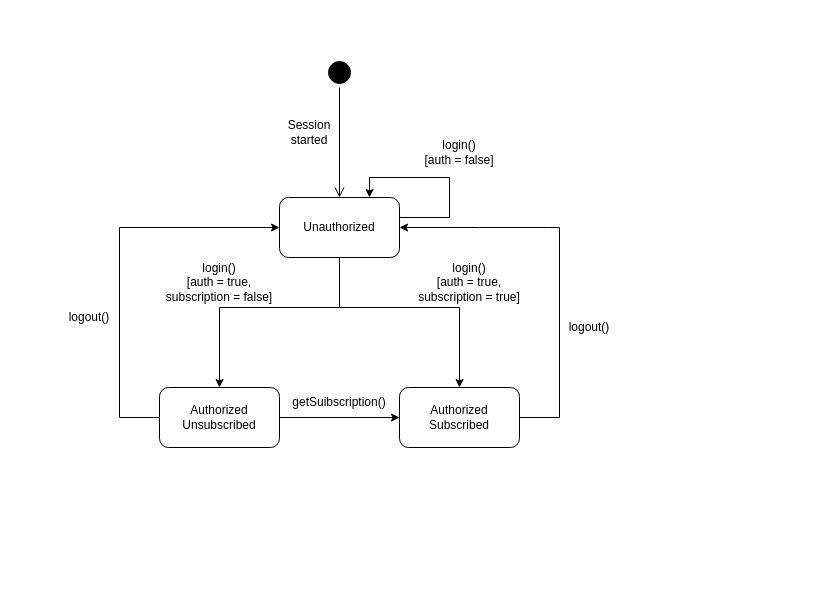
This is page "login and signup" (1 of 7) of fianl_state.drawio from MdHuzzatunAli/ISD, a draw.io file, before an edit. Source tidied: cells renumbered, new cells numbered last; positions are measured from the earlier drawing's top-left corner, leaving out a move shared by most shapes. Both pictures are drawn from the tidied source at 100%, with x=0, y=0 at pixel (59, 57).
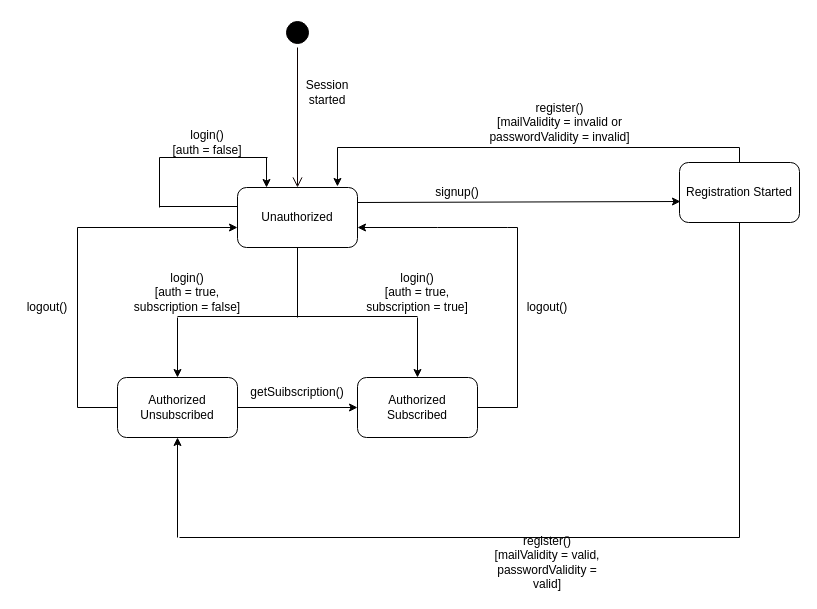
The same page after the edit.

The edit, as a diff of the source:
```diff
@@
     <mxCell id="2" style="ellipse;html=1;shape=startState;fillColor=#000000;strokeColor=#030000;shadow=0;" parent="1" vertex="1">
-      <mxGeometry x="265" width="30" height="30" as="geometry" />
+      <mxGeometry x="223" y="-40" width="30" height="30" as="geometry" />
     </mxCell>
@@
     <mxCell id="4" value="Session started" style="text;strokeColor=none;align=center;fillColor=none;html=1;verticalAlign=middle;whiteSpace=wrap;rounded=0;" parent="1" vertex="1">
-      <mxGeometry x="220" y="60" width="60" height="30" as="geometry" />
+      <mxGeometry x="238" y="20" width="60" height="30" as="geometry" />
     </mxCell>
     <mxCell id="5" value="Unauthorized" style="rounded=1;whiteSpace=wrap;html=1;" parent="1" vertex="1">
-      <mxGeometry x="220" y="140" width="120" height="60" as="geometry" />
+      <mxGeometry x="178" y="130" width="120" height="60" as="geometry" />
     </mxCell>
     <mxCell id="6" value="Authorized&lt;br&gt;Unsubscribed" style="rounded=1;whiteSpace=wrap;html=1;" parent="1" vertex="1">
-      <mxGeometry x="100" y="330" width="120" height="60" as="geometry" />
+      <mxGeometry x="58" y="320" width="120" height="60" as="geometry" />
     </mxCell>
     <mxCell id="7" value="Authorized&lt;br&gt;Subscribed" style="rounded=1;whiteSpace=wrap;html=1;" parent="1" vertex="1">
-      <mxGeometry x="340" y="330" width="120" height="60" as="geometry" />
+      <mxGeometry x="298" y="320" width="120" height="60" as="geometry" />
     </mxCell>
     <mxCell id="8" style="endArrow=none;html=1;rounded=0;exitX=0.5;exitY=1;exitDx=0;exitDy=0;" parent="1" edge="1" source="5">
       <mxGeometry relative="1" as="geometry">
-        <mxPoint x="280" y="250" as="targetPoint" />
+        <mxPoint x="238" y="260" as="targetPoint" />
       </mxGeometry>
     </mxCell>
     <mxCell id="9" style="endArrow=none;html=1;rounded=0;" parent="1" edge="1">
       <mxGeometry relative="1" as="geometry">
-        <mxPoint x="160" y="250" as="sourcePoint" />
-        <mxPoint x="400" y="250" as="targetPoint" />
+        <mxPoint x="118" y="259" as="sourcePoint" />
+        <mxPoint x="358" y="259" as="targetPoint" />
         <Array as="points">
-          <mxPoint x="280" y="250" />
+          <mxPoint x="238" y="259" />
         </Array>
       </mxGeometry>
     </mxCell>
     <mxCell id="10" style="endArrow=classic;html=1;rounded=0;entryX=0.5;entryY=0;entryDx=0;entryDy=0;" parent="1" edge="1" target="6">
       <mxGeometry relative="1" as="geometry">
-        <mxPoint x="160" y="250" as="sourcePoint" />
+        <mxPoint x="118" y="260" as="sourcePoint" />
       </mxGeometry>
     </mxCell>
     <mxCell id="11" style="endArrow=classic;html=1;rounded=0;entryX=0.5;entryY=0;entryDx=0;entryDy=0;" parent="1" edge="1" target="7">
       <mxGeometry relative="1" as="geometry">
-        <mxPoint x="400" y="250" as="sourcePoint" />
+        <mxPoint x="358" y="260" as="sourcePoint" />
       </mxGeometry>
     </mxCell>
@@
     <mxCell id="13" value="getSuibscription()" style="text;strokeColor=none;align=center;fillColor=none;html=1;verticalAlign=middle;whiteSpace=wrap;rounded=0;" parent="1" vertex="1">
-      <mxGeometry x="250" y="330" width="60" height="30" as="geometry" />
+      <mxGeometry x="208" y="320" width="60" height="30" as="geometry" />
     </mxCell>
     <mxCell id="14" style="endArrow=none;html=1;rounded=0;exitX=1;exitY=0.5;exitDx=0;exitDy=0;" parent="1" edge="1" source="7">
       <mxGeometry relative="1" as="geometry">
-        <mxPoint x="500" y="360" as="targetPoint" />
+        <mxPoint x="458" y="350" as="targetPoint" />
       </mxGeometry>
     </mxCell>
     <mxCell id="15" style="endArrow=none;html=1;rounded=0;" parent="1" edge="1">
       <mxGeometry relative="1" as="geometry">
-        <mxPoint x="500" y="360" as="sourcePoint" />
-        <mxPoint x="500" y="170" as="targetPoint" />
+        <mxPoint x="458" y="350" as="sourcePoint" />
+        <mxPoint x="458" y="170" as="targetPoint" />
       </mxGeometry>
     </mxCell>
-    <mxCell id="16" style="endArrow=classic;html=1;rounded=0;entryX=1;entryY=0.5;entryDx=0;entryDy=0;" parent="1" edge="1" target="5">
+    <mxCell id="16" style="endArrow=classic;html=1;rounded=0;entryX=1;entryY=0.5;entryDx=0;entryDy=0;" parent="1" edge="1">
       <mxGeometry relative="1" as="geometry">
-        <mxPoint x="500" y="170" as="sourcePoint" />
+        <mxPoint x="458" y="170" as="sourcePoint" />
+        <mxPoint x="298" y="170" as="targetPoint" />
         <Array as="points">
-          <mxPoint x="490" y="170" />
-          <mxPoint x="420" y="170" />
+          <mxPoint x="448" y="170" />
+          <mxPoint x="378" y="170" />
         </Array>
       </mxGeometry>
     </mxCell>
     <mxCell id="17" value="logout()" style="text;strokeColor=none;align=center;fillColor=none;html=1;verticalAlign=middle;whiteSpace=wrap;rounded=0;" parent="1" vertex="1">
-      <mxGeometry y="220" width="60" height="80" as="geometry" />
+      <mxGeometry x="-42" y="240" width="60" height="20" as="geometry" />
     </mxCell>
     <mxCell id="18" value="logout()" style="text;strokeColor=none;align=center;fillColor=none;html=1;verticalAlign=middle;whiteSpace=wrap;rounded=0;" parent="1" vertex="1">
-      <mxGeometry x="500" y="230" width="60" height="80" as="geometry" />
+      <mxGeometry x="458" y="240" width="60" height="20" as="geometry" />
     </mxCell>
     <mxCell id="19" style="endArrow=none;html=1;rounded=0;exitX=0;exitY=0.5;exitDx=0;exitDy=0;" parent="1" edge="1" source="6">
       <mxGeometry relative="1" as="geometry">
-        <mxPoint x="60" y="360" as="targetPoint" />
+        <mxPoint x="18" y="350" as="targetPoint" />
       </mxGeometry>
     </mxCell>
     <mxCell id="20" style="endArrow=none;html=1;rounded=0;" parent="1" edge="1">
       <mxGeometry relative="1" as="geometry">
-        <mxPoint x="60" y="360" as="sourcePoint" />
-        <mxPoint x="60" y="170" as="targetPoint" />
+        <mxPoint x="18" y="350" as="sourcePoint" />
+        <mxPoint x="18" y="170" as="targetPoint" />
       </mxGeometry>
     </mxCell>
-    <mxCell id="21" style="endArrow=classic;html=1;rounded=0;entryX=0;entryY=0.5;entryDx=0;entryDy=0;" parent="1" edge="1" target="5">
+    <mxCell id="21" style="endArrow=classic;html=1;rounded=0;entryX=0;entryY=0.5;entryDx=0;entryDy=0;" parent="1" edge="1">
       <mxGeometry relative="1" as="geometry">
-        <mxPoint x="60" y="170" as="sourcePoint" />
+        <mxPoint x="18" y="170" as="sourcePoint" />
+        <mxPoint x="178" y="170" as="targetPoint" />
       </mxGeometry>
     </mxCell>
     <mxCell id="22" value="login()&lt;br&gt;[auth = true,&lt;br&gt;subscription = false]" style="text;strokeColor=none;align=center;fillColor=none;html=1;verticalAlign=middle;whiteSpace=wrap;rounded=0;" parent="1" vertex="1">
-      <mxGeometry x="100" y="210" width="120" height="30" as="geometry" />
+      <mxGeometry x="68" y="220" width="120" height="30" as="geometry" />
     </mxCell>
     <mxCell id="23" value="login()&lt;br&gt;[auth = true,&lt;br&gt;subscription = true]" style="text;strokeColor=none;align=center;fillColor=none;html=1;verticalAlign=middle;whiteSpace=wrap;rounded=0;" parent="1" vertex="1">
-      <mxGeometry x="350" y="210" width="120" height="30" as="geometry" />
+      <mxGeometry x="298" y="220" width="120" height="30" as="geometry" />
     </mxCell>
     <mxCell id="24" value="login()&lt;br&gt;[auth = false]" style="text;strokeColor=none;align=center;fillColor=none;html=1;verticalAlign=middle;whiteSpace=wrap;rounded=0;" parent="1" vertex="1">
-      <mxGeometry x="340" y="80" width="120" height="30" as="geometry" />
+      <mxGeometry x="88" y="70" width="120" height="30" as="geometry" />
     </mxCell>
-    <mxCell id="25" style="endArrow=none;html=1;rounded=0;" parent="1" edge="1">
-      <mxGeometry relative="1" as="geometry">
-        <mxPoint x="390" y="160" as="sourcePoint" />
-        <mxPoint x="390" y="120" as="targetPoint" />
-      </mxGeometry>
-    </mxCell>
-    <mxCell id="26" style="endArrow=none;html=1;rounded=0;" parent="1" edge="1">
-      <mxGeometry relative="1" as="geometry">
-        <mxPoint x="390" y="160" as="sourcePoint" />
-        <mxPoint x="340" y="160" as="targetPoint" />
-      </mxGeometry>
-    </mxCell>
-    <mxCell id="27" style="endArrow=none;html=1;rounded=0;" parent="1" edge="1">
-      <mxGeometry relative="1" as="geometry">
-        <mxPoint x="390" y="120" as="sourcePoint" />
-        <mxPoint x="310" y="120" as="targetPoint" />
-      </mxGeometry>
-    </mxCell>
-    <mxCell id="28" style="endArrow=classic;html=1;rounded=0;entryX=0.75;entryY=0;entryDx=0;entryDy=0;" parent="1" edge="1" target="5">
+    <mxCell id="28" style="endArrow=classic;html=1;rounded=0;entryX=0.242;entryY=0;entryDx=0;entryDy=0;entryPerimeter=0;" parent="1" edge="1" target="5">
       <mxGeometry relative="1" as="geometry">
-        <mxPoint x="310" y="120" as="sourcePoint" />
+        <mxPoint x="207" y="100" as="sourcePoint" />
       </mxGeometry>
     </mxCell>
+    <mxCell id="29" style="endArrow=classic;html=1;rounded=0;exitX=1;exitY=0.25;exitDx=0;exitDy=0;entryX=0.008;entryY=0.65;entryDx=0;entryDy=0;entryPerimeter=0;" parent="1" edge="1" source="5" target="30">
+      <mxGeometry relative="1" as="geometry" />
+    </mxCell>
+    <mxCell id="30" value="Registration Started" style="rounded=1;whiteSpace=wrap;html=1;" parent="1" vertex="1">
+      <mxGeometry x="620" y="105" width="120" height="60" as="geometry" />
+    </mxCell>
+    <mxCell id="31" value="signup()" style="text;strokeColor=none;align=center;fillColor=none;html=1;verticalAlign=middle;whiteSpace=wrap;rounded=0;" parent="1" vertex="1">
+      <mxGeometry x="368" y="120" width="60" height="30" as="geometry" />
+    </mxCell>
+    <mxCell id="32" style="endArrow=classic;html=1;rounded=0;entryX=0.5;entryY=1;entryDx=0;entryDy=0;" parent="1" edge="1" target="6">
+      <mxGeometry relative="1" as="geometry">
+        <mxPoint x="118" y="480" as="sourcePoint" />
+      </mxGeometry>
+    </mxCell>
+    <mxCell id="33" value="&lt;div&gt;register()&lt;/div&gt;&lt;div&gt;[mailValidity = valid,&lt;/div&gt;&lt;div&gt;passwordValidity = valid]&lt;br&gt;&lt;/div&gt;" style="text;strokeColor=none;align=center;fillColor=none;html=1;verticalAlign=middle;whiteSpace=wrap;rounded=0;" parent="1" vertex="1">
+      <mxGeometry x="423" y="490" width="130" height="30" as="geometry" />
+    </mxCell>
+    <mxCell id="34" style="endArrow=none;html=1;rounded=0;" parent="1" edge="1">
+      <mxGeometry relative="1" as="geometry">
+        <mxPoint x="278" y="90" as="sourcePoint" />
+        <mxPoint x="680" y="90" as="targetPoint" />
+      </mxGeometry>
+    </mxCell>
+    <mxCell id="35" value="&lt;div&gt;register()&lt;/div&gt;&lt;div&gt;[mailValidity = invalid or&lt;br&gt;&lt;/div&gt;&lt;div&gt;passwordValidity = invalid]&lt;br&gt;&lt;/div&gt;" style="text;strokeColor=none;align=center;fillColor=none;html=1;verticalAlign=middle;whiteSpace=wrap;rounded=0;" parent="1" vertex="1">
+      <mxGeometry x="428" y="50" width="145" height="30" as="geometry" />
+    </mxCell>
+    <mxCell id="36" style="endArrow=none;html=1;rounded=0;exitX=0.5;exitY=0;exitDx=0;exitDy=0;" parent="1" edge="1" source="30">
+      <mxGeometry relative="1" as="geometry">
+        <mxPoint x="680" y="90" as="targetPoint" />
+      </mxGeometry>
+    </mxCell>
+    <mxCell id="37" style="endArrow=classic;html=1;rounded=0;entryX=0.833;entryY=-0.017;entryDx=0;entryDy=0;entryPerimeter=0;" parent="1" edge="1" target="5">
+      <mxGeometry relative="1" as="geometry">
+        <mxPoint x="278" y="90" as="sourcePoint" />
+      </mxGeometry>
+    </mxCell>
+    <mxCell id="38" style="endArrow=none;html=1;rounded=0;" parent="1" edge="1">
+      <mxGeometry relative="1" as="geometry">
+        <mxPoint x="680" y="480" as="sourcePoint" />
+        <mxPoint x="680" y="165" as="targetPoint" />
+      </mxGeometry>
+    </mxCell>
+    <mxCell id="39" style="endArrow=none;html=1;rounded=0;" parent="1" edge="1">
+      <mxGeometry relative="1" as="geometry">
+        <mxPoint x="120" y="480" as="sourcePoint" />
+        <mxPoint x="680" y="480" as="targetPoint" />
+      </mxGeometry>
+    </mxCell>
+    <mxCell id="40" style="endArrow=none;html=1;rounded=0;" parent="1" edge="1">
+      <mxGeometry relative="1" as="geometry">
+        <mxPoint x="100" y="100" as="sourcePoint" />
+        <mxPoint x="208" y="100" as="targetPoint" />
+      </mxGeometry>
+    </mxCell>
+    <mxCell id="41" style="endArrow=none;html=1;rounded=0;" parent="1" edge="1">
+      <mxGeometry relative="1" as="geometry">
+        <mxPoint x="100" y="149" as="sourcePoint" />
+        <mxPoint x="178" y="149" as="targetPoint" />
+      </mxGeometry>
+    </mxCell>
+    <mxCell id="42" style="endArrow=none;html=1;rounded=0;" parent="1" edge="1">
+      <mxGeometry relative="1" as="geometry">
+        <mxPoint x="100" y="150" as="sourcePoint" />
+        <mxPoint x="100" y="100" as="targetPoint" />
+      </mxGeometry>
+    </mxCell>
```
